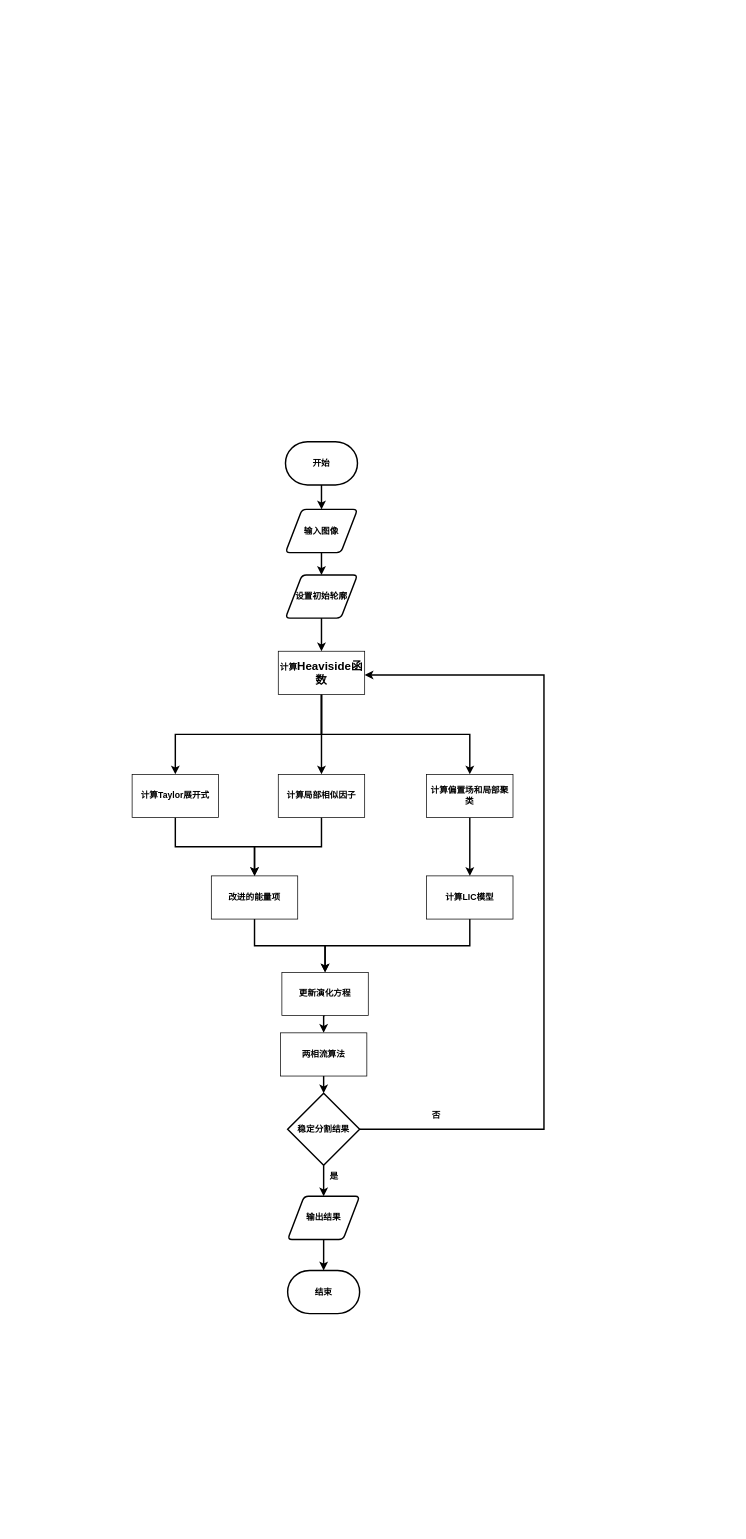
Earlier version of the draw.io diagram page "第 4 页" (3 of 4) of 1.drawio (pangda007/947842095-qq.com). Source tidied: cells renumbered, new cells numbered last; positions are measured from the earlier drawing's top-left corner, leaving out a move shared by most shapes. Both pictures are drawn from the tidied source at 72%, with x=0, y=0 at pixel (132, 441).
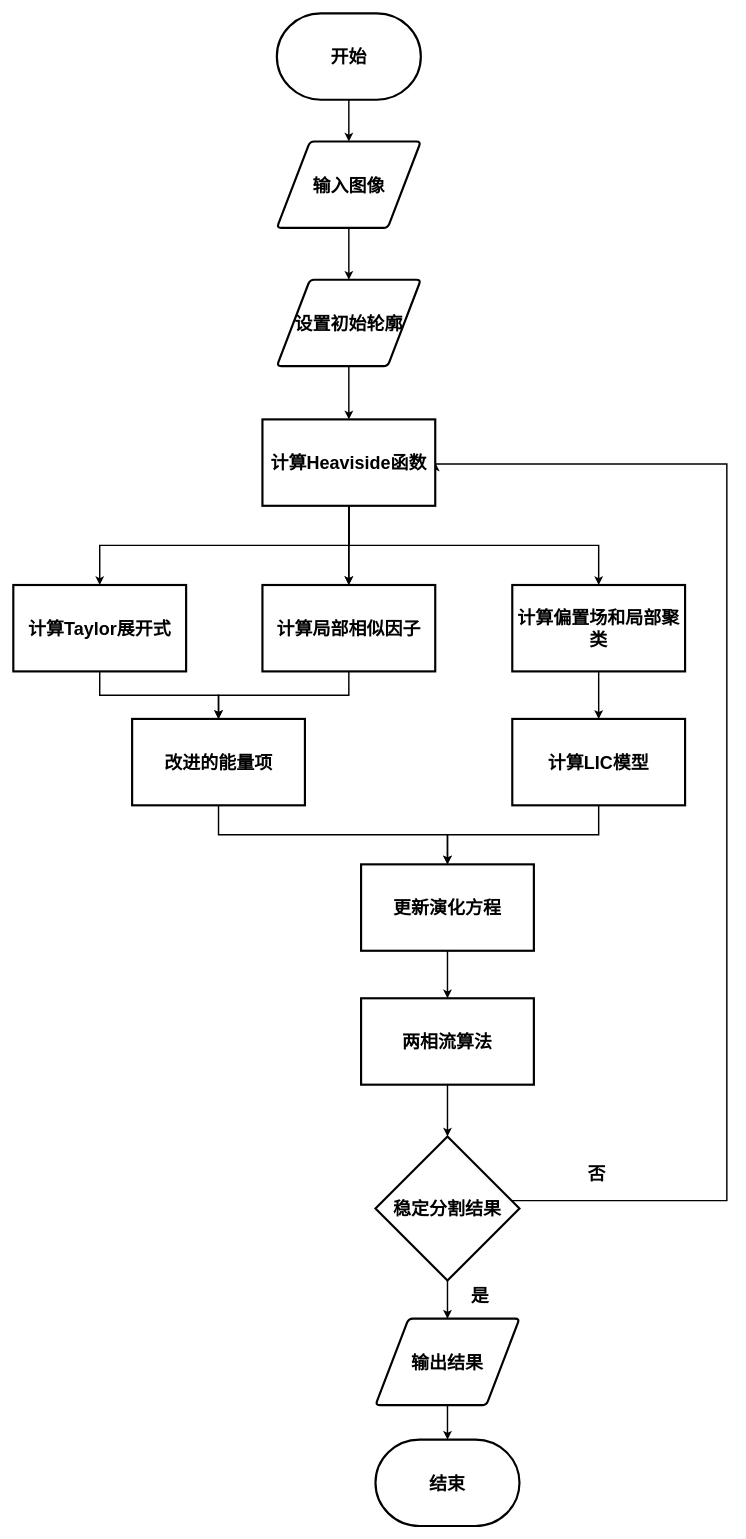
After the change.

The edit, as a diff of the source:
```diff
@@
-    <mxCell id="3" value="&lt;b&gt;开始&lt;/b&gt;" style="strokeWidth=2;html=1;shape=mxgraph.flowchart.terminator;whiteSpace=wrap;" parent="1" vertex="1">
-      <mxGeometry x="213" width="100" height="60" as="geometry" />
+    <mxCell id="3" value="&lt;b&gt;&lt;font style=&quot;font-size: 25px;&quot;&gt;开始&lt;/font&gt;&lt;/b&gt;" style="strokeWidth=3;html=1;shape=mxgraph.flowchart.terminator;whiteSpace=wrap;" parent="1" vertex="1">
+      <mxGeometry x="201" y="-595" width="200" height="120" as="geometry" />
     </mxCell>
@@
-    <mxCell id="5" value="&lt;b&gt;输入图像&lt;/b&gt;" style="shape=parallelogram;html=1;strokeWidth=2;perimeter=parallelogramPerimeter;whiteSpace=wrap;rounded=1;arcSize=12;size=0.23;" parent="1" vertex="1">
-      <mxGeometry x="213" y="94" width="100" height="60" as="geometry" />
+    <mxCell id="5" value="&lt;b&gt;&lt;font style=&quot;font-size: 25px;&quot;&gt;输入图像&lt;/font&gt;&lt;/b&gt;" style="shape=parallelogram;html=1;strokeWidth=3;perimeter=parallelogramPerimeter;whiteSpace=wrap;rounded=1;arcSize=12;size=0.23;" parent="1" vertex="1">
+      <mxGeometry x="201" y="-417" width="200" height="120" as="geometry" />
     </mxCell>
@@
-    <mxCell id="7" style="edgeStyle=orthogonalEdgeStyle;rounded=0;jettySize=auto;html=1;exitX=0.5;exitY=1;exitDx=0;exitDy=0;strokeWidth=2;" parent="1" edge="1" source="33" target="13">
-      <mxGeometry relative="1" as="geometry" />
-    </mxCell>
@@
-    <mxCell id="9" value="&lt;b&gt;设置初始轮廓&lt;/b&gt;" style="shape=parallelogram;html=1;strokeWidth=2;perimeter=parallelogramPerimeter;whiteSpace=wrap;rounded=1;arcSize=12;size=0.23;" parent="1" vertex="1">
-      <mxGeometry x="213" y="185" width="100" height="60" as="geometry" />
+    <mxCell id="9" value="&lt;b&gt;&lt;font style=&quot;font-size: 25px;&quot;&gt;设置初始轮廓&lt;/font&gt;&lt;/b&gt;" style="shape=parallelogram;html=1;strokeWidth=3;perimeter=parallelogramPerimeter;whiteSpace=wrap;rounded=1;arcSize=12;size=0.23;" parent="1" vertex="1">
+      <mxGeometry x="201" y="-225" width="200" height="120" as="geometry" />
     </mxCell>
@@
-    <mxCell id="11" value="&lt;b&gt;计算Taylor展开式&lt;/b&gt;" style="rounded=0;whiteSpace=wrap;html=1;" parent="1" vertex="1">
-      <mxGeometry y="462" width="120" height="60" as="geometry" />
+    <mxCell id="11" value="&lt;b&gt;&lt;font style=&quot;font-size: 25px;&quot;&gt;计算Taylor展开式&lt;/font&gt;&lt;/b&gt;" style="rounded=0;whiteSpace=wrap;html=1;strokeWidth=3;" parent="1" vertex="1">
+      <mxGeometry x="-165" y="199" width="240" height="120" as="geometry" />
     </mxCell>
@@
-    <mxCell id="13" value="&lt;b&gt;计算偏置场和局部聚类&lt;/b&gt;" style="rounded=0;whiteSpace=wrap;html=1;" parent="1" vertex="1">
-      <mxGeometry x="409" y="462" width="120" height="60" as="geometry" />
+    <mxCell id="13" value="&lt;b&gt;&lt;font style=&quot;font-size: 25px;&quot;&gt;计算偏置场和局部聚类&lt;/font&gt;&lt;/b&gt;" style="rounded=0;whiteSpace=wrap;html=1;strokeWidth=3;" parent="1" vertex="1">
+      <mxGeometry x="528" y="199" width="240" height="120" as="geometry" />
     </mxCell>
@@
-    <mxCell id="15" value="&lt;b&gt;计算局部相似因子&lt;/b&gt;" style="rounded=0;whiteSpace=wrap;html=1;" parent="1" vertex="1">
-      <mxGeometry x="203" y="462" width="120" height="60" as="geometry" />
-    </mxCell>
@@
-    <mxCell id="18" value="&lt;b&gt;改进的能量项&lt;/b&gt;" style="rounded=0;whiteSpace=wrap;html=1;" parent="1" vertex="1">
-      <mxGeometry x="110" y="603" width="120" height="60" as="geometry" />
+    <mxCell id="18" value="&lt;b&gt;&lt;font style=&quot;font-size: 25px;&quot;&gt;改进的能量项&lt;/font&gt;&lt;/b&gt;" style="rounded=0;whiteSpace=wrap;html=1;strokeWidth=3;" parent="1" vertex="1">
+      <mxGeometry y="385" width="240" height="120" as="geometry" />
     </mxCell>
@@
-    <mxCell id="20" value="&lt;b&gt;计算LIC模型&lt;/b&gt;" style="rounded=0;whiteSpace=wrap;html=1;" parent="1" vertex="1">
-      <mxGeometry x="409" y="603" width="120" height="60" as="geometry" />
+    <mxCell id="20" value="&lt;b&gt;&lt;font style=&quot;font-size: 25px;&quot;&gt;计算LIC模型&lt;/font&gt;&lt;/b&gt;" style="rounded=0;whiteSpace=wrap;html=1;strokeWidth=3;" parent="1" vertex="1">
+      <mxGeometry x="528" y="385" width="240" height="120" as="geometry" />
     </mxCell>
@@
-    <mxCell id="22" value="&lt;b&gt;更新演化方程&lt;/b&gt;" style="rounded=0;whiteSpace=wrap;html=1;" parent="1" vertex="1">
-      <mxGeometry x="208" y="737" width="120" height="60" as="geometry" />
+    <mxCell id="22" value="&lt;b&gt;&lt;font style=&quot;font-size: 25px;&quot;&gt;更新演化方程&lt;/font&gt;&lt;/b&gt;" style="rounded=0;whiteSpace=wrap;html=1;strokeWidth=3;" parent="1" vertex="1">
+      <mxGeometry x="318" y="587" width="240" height="120" as="geometry" />
     </mxCell>
-    <mxCell id="23" value="&lt;b&gt;两相流算法&lt;/b&gt;" style="rounded=0;whiteSpace=wrap;html=1;" parent="1" vertex="1">
-      <mxGeometry x="206" y="821" width="120" height="60" as="geometry" />
+    <mxCell id="23" value="&lt;b&gt;&lt;font style=&quot;font-size: 25px;&quot;&gt;两相流算法&lt;/font&gt;&lt;/b&gt;" style="rounded=0;whiteSpace=wrap;html=1;strokeWidth=3;" parent="1" vertex="1">
+      <mxGeometry x="318" y="773" width="240" height="120" as="geometry" />
     </mxCell>
@@
-    <mxCell id="25" style="edgeStyle=orthogonalEdgeStyle;rounded=0;jettySize=auto;html=1;exitX=1;exitY=0.5;exitDx=0;exitDy=0;exitPerimeter=0;strokeWidth=2;" parent="1" edge="1" source="26" target="33">
-      <mxGeometry relative="1" as="geometry">
-        <Array as="points">
-          <mxPoint x="572" y="955" />
-          <mxPoint x="572" y="324" />
-        </Array>
-      </mxGeometry>
-    </mxCell>
+    <mxCell id="35" style="rounded=0;jettySize=auto;html=1;exitX=1;exitY=0.5;exitDx=0;exitDy=0;exitPerimeter=0;elbow=vertical;edgeStyle=orthogonalEdgeStyle;strokeWidth=2;entryX=1;entryY=0.5;entryDx=0;entryDy=0;" parent="1" edge="1" target="33">
+      <mxGeometry relative="1" as="geometry">
+        <mxPoint x="515" y="1054" as="sourcePoint" />
+        <Array as="points">
+          <mxPoint x="826" y="1054" />
+          <mxPoint x="826" y="31" />
+          <mxPoint x="421" y="31" />
+        </Array>
+      </mxGeometry>
+    </mxCell>
-    <mxCell id="26" value="&lt;b&gt;稳定分割结果&lt;/b&gt;" style="strokeWidth=2;html=1;shape=mxgraph.flowchart.decision;whiteSpace=wrap;" parent="1" vertex="1">
-      <mxGeometry x="216" y="905" width="100" height="100" as="geometry" />
+    <mxCell id="26" value="&lt;b&gt;&lt;font style=&quot;font-size: 25px;&quot;&gt;稳定分割结果&lt;/font&gt;&lt;/b&gt;" style="strokeWidth=3;html=1;shape=mxgraph.flowchart.decision;whiteSpace=wrap;" parent="1" vertex="1">
+      <mxGeometry x="338" y="965" width="200" height="200" as="geometry" />
     </mxCell>
-    <mxCell id="27" value="&lt;b&gt;输出结果&lt;/b&gt;" style="shape=parallelogram;html=1;strokeWidth=2;perimeter=parallelogramPerimeter;whiteSpace=wrap;rounded=1;arcSize=12;size=0.23;" parent="1" vertex="1">
-      <mxGeometry x="216" y="1048" width="100" height="60" as="geometry" />
+    <mxCell id="27" value="&lt;b&gt;&lt;font style=&quot;font-size: 25px;&quot;&gt;输出结果&lt;/font&gt;&lt;/b&gt;" style="shape=parallelogram;html=1;strokeWidth=3;perimeter=parallelogramPerimeter;whiteSpace=wrap;rounded=1;arcSize=12;size=0.23;" parent="1" vertex="1">
+      <mxGeometry x="338" y="1218" width="200" height="120" as="geometry" />
     </mxCell>
-    <mxCell id="28" value="&lt;b&gt;结束&lt;/b&gt;" style="strokeWidth=2;html=1;shape=mxgraph.flowchart.terminator;whiteSpace=wrap;" parent="1" vertex="1">
-      <mxGeometry x="216" y="1151" width="100" height="60" as="geometry" />
+    <mxCell id="28" value="&lt;b&gt;&lt;font style=&quot;font-size: 25px;&quot;&gt;结束&lt;/font&gt;&lt;/b&gt;" style="strokeWidth=3;html=1;shape=mxgraph.flowchart.terminator;whiteSpace=wrap;" parent="1" vertex="1">
+      <mxGeometry x="338" y="1386" width="200" height="120" as="geometry" />
     </mxCell>
@@
-    <mxCell id="31" value="&lt;b&gt;是&lt;/b&gt;" style="rounded=0;whiteSpace=wrap;html=1;opacity=0;" parent="1" vertex="1">
-      <mxGeometry x="267" y="1011" width="27" height="20" as="geometry" />
-    </mxCell>
@@
+    <mxCell id="7" style="edgeStyle=orthogonalEdgeStyle;rounded=0;jettySize=auto;html=1;exitX=0.5;exitY=1;exitDx=0;exitDy=0;entryX=0.5;entryY=0;entryDx=0;entryDy=0;strokeWidth=2;" parent="1" edge="1" source="33" target="13">
+      <mxGeometry relative="1" as="geometry" />
+    </mxCell>
-    <mxCell id="33" value="&lt;b&gt;计算&lt;span style=&quot;font-family: 宋体; font-size: 12pt; background-color: initial;&quot;&gt;Heaviside函数&lt;/span&gt;&lt;/b&gt;" style="rounded=0;whiteSpace=wrap;html=1;" parent="1" vertex="1">
-      <mxGeometry x="203" y="291" width="120" height="60" as="geometry" />
+    <mxCell id="33" value="&lt;b style=&quot;font-size: 25px;&quot;&gt;计算&lt;span style=&quot;font-family: 宋体; background-color: initial;&quot;&gt;Heaviside函数&lt;/span&gt;&lt;/b&gt;" style="rounded=0;whiteSpace=wrap;html=1;strokeWidth=3;" parent="1" vertex="1">
+      <mxGeometry x="181" y="-31" width="240" height="120" as="geometry" />
     </mxCell>
-    <mxCell id="34" value="&lt;b&gt;否&lt;/b&gt;" style="rounded=0;whiteSpace=wrap;html=1;opacity=0;" parent="1" vertex="1">
-      <mxGeometry x="409" y="926" width="27" height="20" as="geometry" />
+    <mxCell id="34" value="&lt;b&gt;&lt;font style=&quot;font-size: 25px;&quot;&gt;否&lt;/font&gt;&lt;/b&gt;" style="rounded=0;whiteSpace=wrap;html=1;opacity=0;" parent="1" vertex="1">
+      <mxGeometry x="609" y="986" width="73" height="60" as="geometry" />
     </mxCell>
+    <mxCell id="36" style="edgeStyle=orthogonalEdgeStyle;rounded=0;jettySize=auto;html=1;exitX=0.5;exitY=1;exitDx=0;exitDy=0;strokeWidth=2;" parent="1" edge="1" source="33" target="15">
+      <mxGeometry relative="1" as="geometry" />
+    </mxCell>
+    <mxCell id="15" value="&lt;b&gt;&lt;font style=&quot;font-size: 25px;&quot;&gt;计算局部相似因子&lt;/font&gt;&lt;/b&gt;" style="rounded=0;whiteSpace=wrap;html=1;strokeWidth=3;" parent="1" vertex="1">
+      <mxGeometry x="181" y="199" width="240" height="120" as="geometry" />
+    </mxCell>
+    <mxCell id="31" value="&lt;span style=&quot;font-size: 25px;&quot;&gt;&lt;b&gt;是&lt;/b&gt;&lt;/span&gt;" style="rounded=0;whiteSpace=wrap;html=1;opacity=0;" parent="1" vertex="1">
+      <mxGeometry x="447" y="1155" width="73" height="60" as="geometry" />
+    </mxCell>
```
